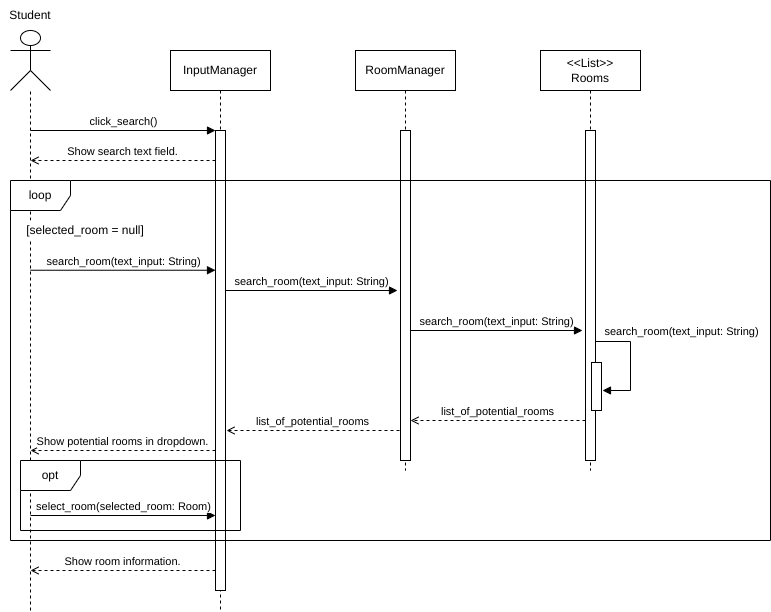
Before: graphs/System Sequence Diagrams/SearchRoom.drawio.png, a diagram exported from draw.io (NotYetTerminal/Interactive-Map-SETU-Carlow). Source tidied: cells renumbered, new cells last; positions are measured from the earlier drawing's top-left corner, leaving out a move shared by most shapes.
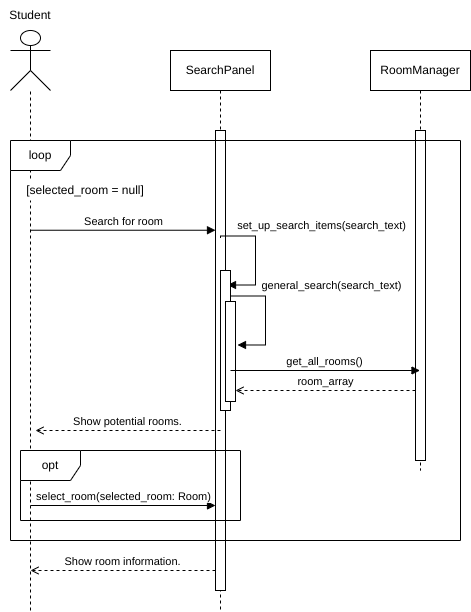
The same file after the commit.

What changed in the source:
```diff
@@ -2,27 +2,16 @@
   <root>
     <mxCell id="0" />
     <mxCell id="1" parent="0" />
-    <mxCell id="2" value="InputManager" style="shape=umlLifeline;perimeter=lifelinePerimeter;whiteSpace=wrap;html=1;newEdgeStyle={&quot;edgeStyle&quot;:&quot;elbowEdgeStyle&quot;,&quot;elbow&quot;:&quot;vertical&quot;,&quot;curved&quot;:0,&quot;rounded&quot;:0};" parent="1" vertex="1">
+    <mxCell id="2" value="SearchPanel" style="shape=umlLifeline;perimeter=lifelinePerimeter;whiteSpace=wrap;html=1;newEdgeStyle={&quot;edgeStyle&quot;:&quot;elbowEdgeStyle&quot;,&quot;elbow&quot;:&quot;vertical&quot;,&quot;curved&quot;:0,&quot;rounded&quot;:0};" parent="1" vertex="1">
       <mxGeometry x="170" y="50" width="100" height="560" as="geometry" />
     </mxCell>
     <mxCell id="3" style="html=1;points=[];perimeter=orthogonalPerimeter;outlineConnect=0;targetShapes=umlLifeline;portConstraint=eastwest;newEdgeStyle={&quot;edgeStyle&quot;:&quot;elbowEdgeStyle&quot;,&quot;elbow&quot;:&quot;vertical&quot;,&quot;curved&quot;:0,&quot;rounded&quot;:0};" parent="2" vertex="1">
       <mxGeometry x="45" y="80" width="10" height="460" as="geometry" />
     </mxCell>
-    <mxCell id="4" value="click_search()" style="html=1;verticalAlign=bottom;endArrow=block;elbow=vertical;rounded=0;" parent="1" edge="1" target="3">
-      <mxGeometry relative="1" as="geometry">
-        <mxPoint x="30" y="130" as="sourcePoint" />
-      </mxGeometry>
-    </mxCell>
-    <mxCell id="5" value="Show search text field." style="html=1;verticalAlign=bottom;endArrow=open;elbow=vertical;rounded=0;dashed=1;endFill=0;" parent="1" edge="1">
-      <mxGeometry relative="1" as="geometry">
-        <mxPoint x="215" y="160" as="sourcePoint" />
-        <mxPoint x="30" y="160" as="targetPoint" />
-      </mxGeometry>
-    </mxCell>
-    <mxCell id="6" value="search_room(text_input: String)" style="html=1;verticalAlign=bottom;endArrow=block;endSize=6;elbow=vertical;rounded=0;endFill=1;" parent="1" edge="1">
+    <mxCell id="6" value="Search for room" style="html=1;verticalAlign=bottom;endArrow=block;endSize=6;elbow=vertical;rounded=0;endFill=1;" parent="1" edge="1">
       <mxGeometry relative="1" as="geometry">
-        <mxPoint x="30" y="269.7" as="sourcePoint" />
-        <mxPoint x="215" y="269.7" as="targetPoint" />
+        <mxPoint x="30" y="229.7" as="sourcePoint" />
+        <mxPoint x="215" y="229.7" as="targetPoint" />
       </mxGeometry>
     </mxCell>
     <mxCell id="7" style="shape=umlActor;verticalLabelPosition=bottom;verticalAlign=top;html=1;outlineConnect=0;align=center;" parent="1" vertex="1">
@@ -37,85 +26,48 @@
       <mxGeometry width="60" height="30" as="geometry" />
     </mxCell>
     <mxCell id="10" value="RoomManager" style="shape=umlLifeline;perimeter=lifelinePerimeter;whiteSpace=wrap;html=1;outlineConnect=0;portConstraint=eastwest;newEdgeStyle={&quot;edgeStyle&quot;:&quot;elbowEdgeStyle&quot;,&quot;elbow&quot;:&quot;vertical&quot;,&quot;curved&quot;:0,&quot;rounded&quot;:0};" parent="1" vertex="1">
-      <mxGeometry x="355" y="50" width="100" height="420" as="geometry" />
+      <mxGeometry x="370" y="50" width="100" height="420" as="geometry" />
     </mxCell>
     <mxCell id="11" style="html=1;perimeter=orthogonalPerimeter;targetShapes=umlLifeline;newEdgeStyle={&quot;edgeStyle&quot;:&quot;elbowEdgeStyle&quot;,&quot;elbow&quot;:&quot;vertical&quot;,&quot;curved&quot;:0,&quot;rounded&quot;:0};" parent="10" vertex="1">
       <mxGeometry x="45" y="80" width="10" height="330" as="geometry" />
     </mxCell>
-    <mxCell id="12" style="endArrow=block;html=1;rounded=0;elbow=vertical;endFill=1;verticalAlign=middle;" parent="1" edge="1" source="3">
-      <mxGeometry relative="1" as="geometry">
-        <mxPoint x="397" y="290" as="targetPoint" />
-      </mxGeometry>
-    </mxCell>
-    <mxCell id="13" value="search_room(text_input: String)" style="edgeLabel;html=1;align=center;verticalAlign=middle;" parent="12" vertex="1">
-      <mxGeometry x="-0.07" relative="1" as="geometry">
-        <mxPoint x="5" y="-10" as="offset" />
-      </mxGeometry>
-    </mxCell>
-    <mxCell id="14" value="&amp;lt;&amp;lt;List&amp;gt;&amp;gt;&lt;br&gt;Rooms" style="shape=umlLifeline;perimeter=lifelinePerimeter;whiteSpace=wrap;html=1;newEdgeStyle={&quot;edgeStyle&quot;:&quot;elbowEdgeStyle&quot;,&quot;elbow&quot;:&quot;vertical&quot;,&quot;curved&quot;:0,&quot;rounded&quot;:0};" parent="1" vertex="1">
-      <mxGeometry x="540" y="50" width="100" height="420" as="geometry" />
-    </mxCell>
-    <mxCell id="15" style="html=1;perimeter=orthogonalPerimeter;targetShapes=umlLifeline;newEdgeStyle={&quot;edgeStyle&quot;:&quot;elbowEdgeStyle&quot;,&quot;elbow&quot;:&quot;vertical&quot;,&quot;curved&quot;:0,&quot;rounded&quot;:0};" parent="14" vertex="1">
-      <mxGeometry x="45" y="80" width="10" height="330" as="geometry" />
-    </mxCell>
-    <mxCell id="16" style="html=1;perimeter=orthogonalPerimeter;targetShapes=umlLifeline;newEdgeStyle={&quot;edgeStyle&quot;:&quot;elbowEdgeStyle&quot;,&quot;elbow&quot;:&quot;vertical&quot;,&quot;curved&quot;:0,&quot;rounded&quot;:0};" parent="14" vertex="1">
-      <mxGeometry x="51" y="312" width="10" height="48" as="geometry" />
-    </mxCell>
-    <mxCell id="17" style="endArrow=block;html=1;rounded=0;elbow=vertical;endFill=1;verticalAlign=middle;" parent="1" edge="1">
-      <mxGeometry relative="1" as="geometry">
-        <mxPoint x="410" y="330" as="sourcePoint" />
-        <mxPoint x="582" y="330" as="targetPoint" />
-      </mxGeometry>
-    </mxCell>
-    <mxCell id="18" value="search_room(text_input: String)" style="edgeLabel;html=1;align=center;verticalAlign=middle;" parent="17" vertex="1">
-      <mxGeometry x="-0.07" relative="1" as="geometry">
-        <mxPoint x="5" y="-10" as="offset" />
-      </mxGeometry>
-    </mxCell>
     <mxCell id="19" style="endArrow=block;html=1;rounded=0;elbow=vertical;endFill=1;verticalAlign=middle;edgeStyle=orthogonalEdgeStyle;" parent="1" edge="1">
       <mxGeometry relative="1" as="geometry">
-        <mxPoint x="595" y="343" as="sourcePoint" />
-        <mxPoint x="602" y="390" as="targetPoint" />
+        <mxPoint x="220" y="237.5" as="sourcePoint" />
+        <mxPoint x="227" y="284.5" as="targetPoint" />
         <Array as="points">
-          <mxPoint x="595" y="341" />
-          <mxPoint x="630" y="341" />
-          <mxPoint x="630" y="390" />
+          <mxPoint x="220" y="235.5" />
+          <mxPoint x="255" y="235.5" />
+          <mxPoint x="255" y="284.5" />
         </Array>
       </mxGeometry>
     </mxCell>
-    <mxCell id="20" value="search_room(text_input: String)" style="edgeLabel;html=1;align=center;verticalAlign=middle;" parent="19" vertex="1">
+    <mxCell id="20" value="set_up_search_items(search_text)" style="edgeLabel;html=1;align=center;verticalAlign=middle;" parent="19" vertex="1">
       <mxGeometry x="-0.07" relative="1" as="geometry">
-        <mxPoint x="50" y="-27" as="offset" />
+        <mxPoint x="65" y="-27" as="offset" />
       </mxGeometry>
     </mxCell>
-    <mxCell id="21" value="list_of_potential_rooms" style="html=1;verticalAlign=bottom;endArrow=open;elbow=vertical;rounded=0;dashed=1;endFill=0;" parent="1" edge="1">
+    <mxCell id="21" value="room_array" style="html=1;verticalAlign=bottom;endArrow=open;elbow=vertical;rounded=0;dashed=1;endFill=0;" parent="1" edge="1" target="32">
       <mxGeometry relative="1" as="geometry">
-        <mxPoint x="585" y="420" as="sourcePoint" />
-        <mxPoint x="410" y="420" as="targetPoint" />
+        <mxPoint x="415" y="390" as="sourcePoint" />
       </mxGeometry>
     </mxCell>
-    <mxCell id="22" value="list_of_potential_rooms" style="html=1;verticalAlign=bottom;endArrow=open;elbow=vertical;rounded=0;dashed=1;endFill=0;" parent="1" edge="1">
-      <mxGeometry relative="1" as="geometry">
-        <mxPoint x="399" y="430" as="sourcePoint" />
-        <mxPoint x="226" y="430" as="targetPoint" />
-      </mxGeometry>
-    </mxCell>
-    <mxCell id="23" value="Show potential rooms in dropdown." style="html=1;verticalAlign=bottom;endArrow=open;elbow=vertical;rounded=0;dashed=1;endFill=0;" parent="1" edge="1">
+    <mxCell id="23" value="Show potential rooms." style="html=1;verticalAlign=bottom;endArrow=open;elbow=vertical;rounded=0;dashed=1;endFill=0;" parent="1" edge="1">
       <mxGeometry relative="1" as="geometry">
-        <mxPoint x="215" y="450" as="sourcePoint" />
-        <mxPoint x="30" y="450" as="targetPoint" />
+        <mxPoint x="220" y="430" as="sourcePoint" />
+        <mxPoint x="35" y="430" as="targetPoint" />
       </mxGeometry>
     </mxCell>
     <mxCell id="24" value="loop" style="shape=umlFrame;whiteSpace=wrap;html=1;" parent="1" vertex="1">
-      <mxGeometry x="10" y="180" width="760" height="360" as="geometry" />
+      <mxGeometry x="10" y="140" width="450" height="400" as="geometry" />
     </mxCell>
     <mxCell id="25" value="[selected_room = null]" style="text;html=1;align=center;verticalAlign=middle;whiteSpace=wrap;rounded=0;fillColor=default;" parent="1" vertex="1">
-      <mxGeometry x="20" y="220" width="130" height="20" as="geometry" />
+      <mxGeometry x="20" y="180" width="130" height="20" as="geometry" />
     </mxCell>
     <mxCell id="26" value="select_room(selected_room: Room)" style="html=1;verticalAlign=bottom;endArrow=block;endSize=6;elbow=vertical;rounded=0;endFill=1;" parent="1" edge="1">
       <mxGeometry relative="1" as="geometry">
-        <mxPoint x="30" y="515" as="sourcePoint" />
-        <mxPoint x="215" y="515" as="targetPoint" />
+        <mxPoint x="30" y="505" as="sourcePoint" />
+        <mxPoint x="215" y="505" as="targetPoint" />
       </mxGeometry>
     </mxCell>
     <mxCell id="27" value="Show room information." style="html=1;verticalAlign=bottom;endArrow=open;elbow=vertical;rounded=0;dashed=1;endFill=0;" parent="1" edge="1">
@@ -125,7 +77,39 @@
       </mxGeometry>
     </mxCell>
     <mxCell id="28" value="opt" style="shape=umlFrame;whiteSpace=wrap;html=1;" parent="1" vertex="1">
-      <mxGeometry x="20" y="460" width="220" height="70" as="geometry" />
+      <mxGeometry x="20" y="450" width="220" height="70" as="geometry" />
     </mxCell>
+    <mxCell id="29" style="html=1;perimeter=orthogonalPerimeter;targetShapes=umlLifeline;newEdgeStyle={&quot;edgeStyle&quot;:&quot;elbowEdgeStyle&quot;,&quot;elbow&quot;:&quot;vertical&quot;,&quot;curved&quot;:0,&quot;rounded&quot;:0};" parent="1" vertex="1">
+      <mxGeometry x="220" y="270" width="10" height="140" as="geometry" />
+    </mxCell>
+    <mxCell id="30" style="endArrow=block;html=1;rounded=0;elbow=vertical;endFill=1;verticalAlign=middle;edgeStyle=orthogonalEdgeStyle;" parent="1" edge="1">
+      <mxGeometry relative="1" as="geometry">
+        <mxPoint x="230" y="297.5" as="sourcePoint" />
+        <mxPoint x="237" y="344.5" as="targetPoint" />
+        <Array as="points">
+          <mxPoint x="230" y="295.5" />
+          <mxPoint x="265" y="295.5" />
+          <mxPoint x="265" y="344.5" />
+        </Array>
+      </mxGeometry>
+    </mxCell>
+    <mxCell id="31" value="general_search(search_text)" style="edgeLabel;html=1;align=center;verticalAlign=middle;" parent="30" vertex="1">
+      <mxGeometry x="-0.07" relative="1" as="geometry">
+        <mxPoint x="65" y="-27" as="offset" />
+      </mxGeometry>
+    </mxCell>
+    <mxCell id="32" style="html=1;points=[];perimeter=orthogonalPerimeter;outlineConnect=0;targetShapes=umlLifeline;portConstraint=eastwest;newEdgeStyle={&quot;edgeStyle&quot;:&quot;elbowEdgeStyle&quot;,&quot;elbow&quot;:&quot;vertical&quot;,&quot;curved&quot;:0,&quot;rounded&quot;:0};" parent="1" vertex="1">
+      <mxGeometry x="225" y="301" width="10" height="100" as="geometry" />
+    </mxCell>
+    <mxCell id="33" style="endArrow=block;html=1;rounded=0;elbow=vertical;endFill=1;verticalAlign=middle;" parent="1" edge="1" target="10">
+      <mxGeometry relative="1" as="geometry">
+        <mxPoint x="230" y="370" as="sourcePoint" />
+      </mxGeometry>
+    </mxCell>
+    <mxCell id="34" value="get_all_rooms()" style="edgeLabel;html=1;align=center;verticalAlign=middle;" parent="33" vertex="1">
+      <mxGeometry x="-0.07" relative="1" as="geometry">
+        <mxPoint x="5" y="-10" as="offset" />
+      </mxGeometry>
+    </mxCell>
   </root>
 </mxGraphModel>
```
